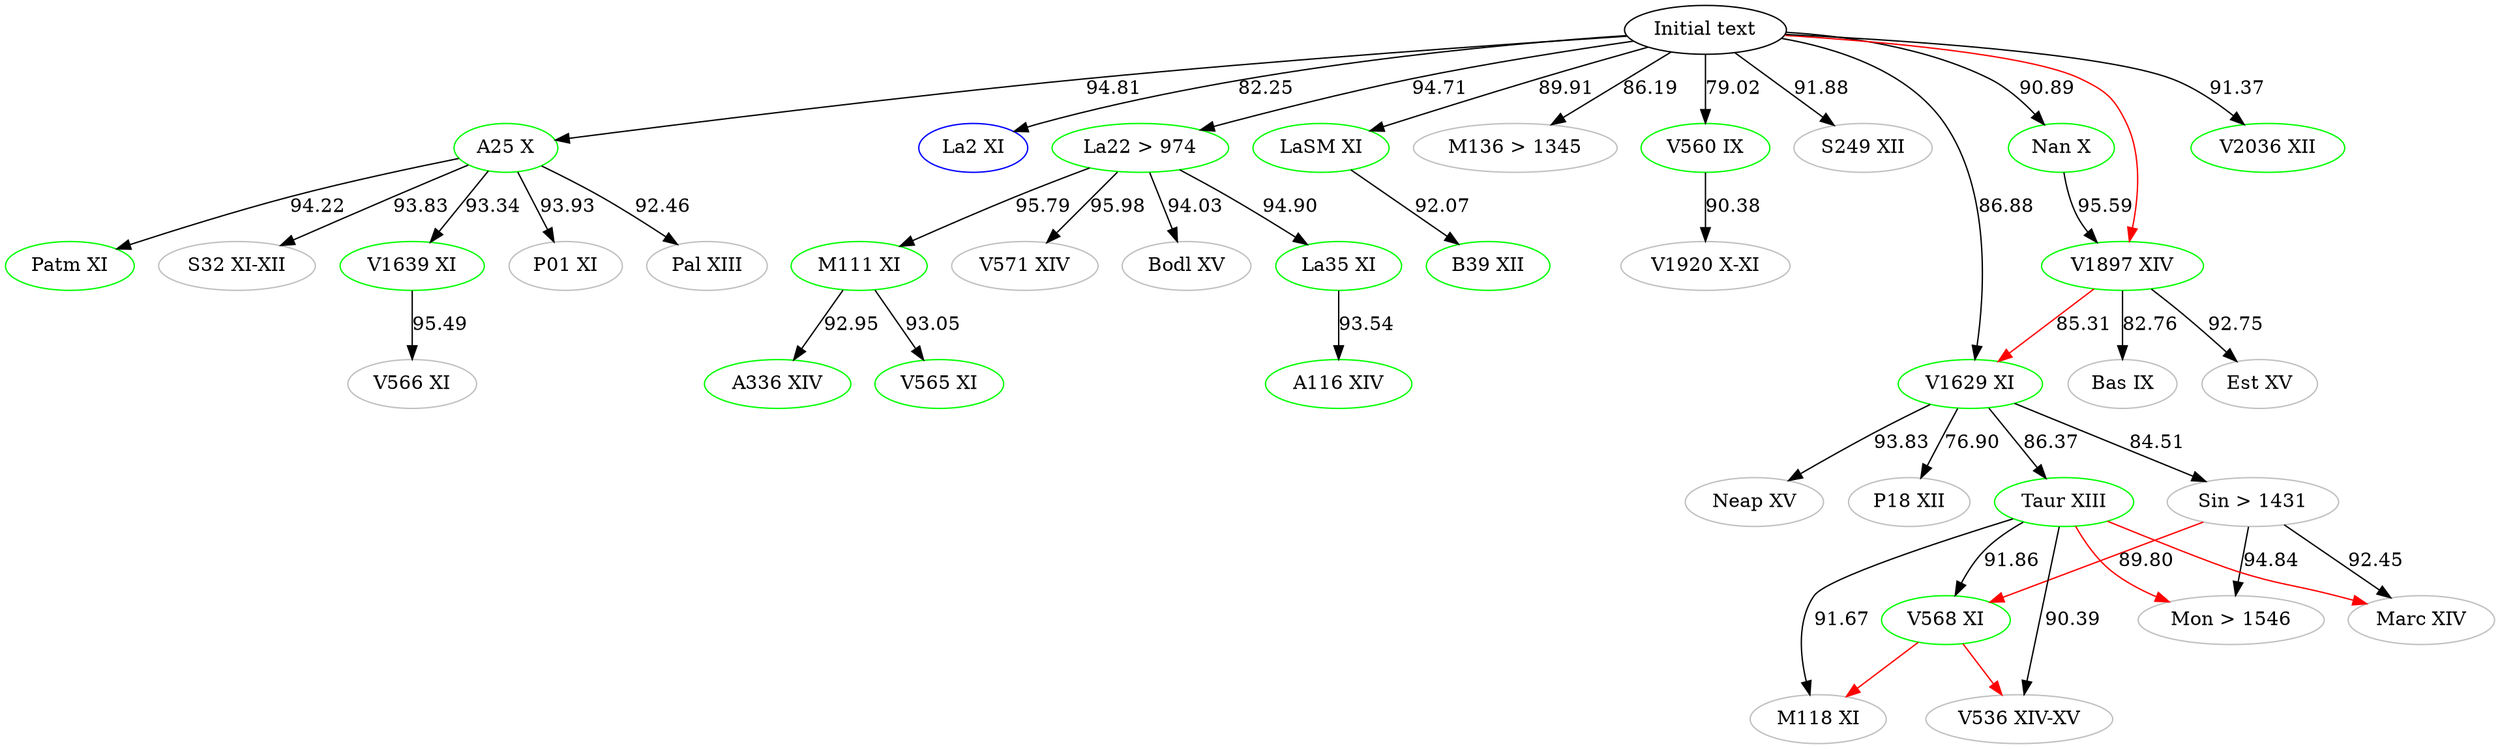
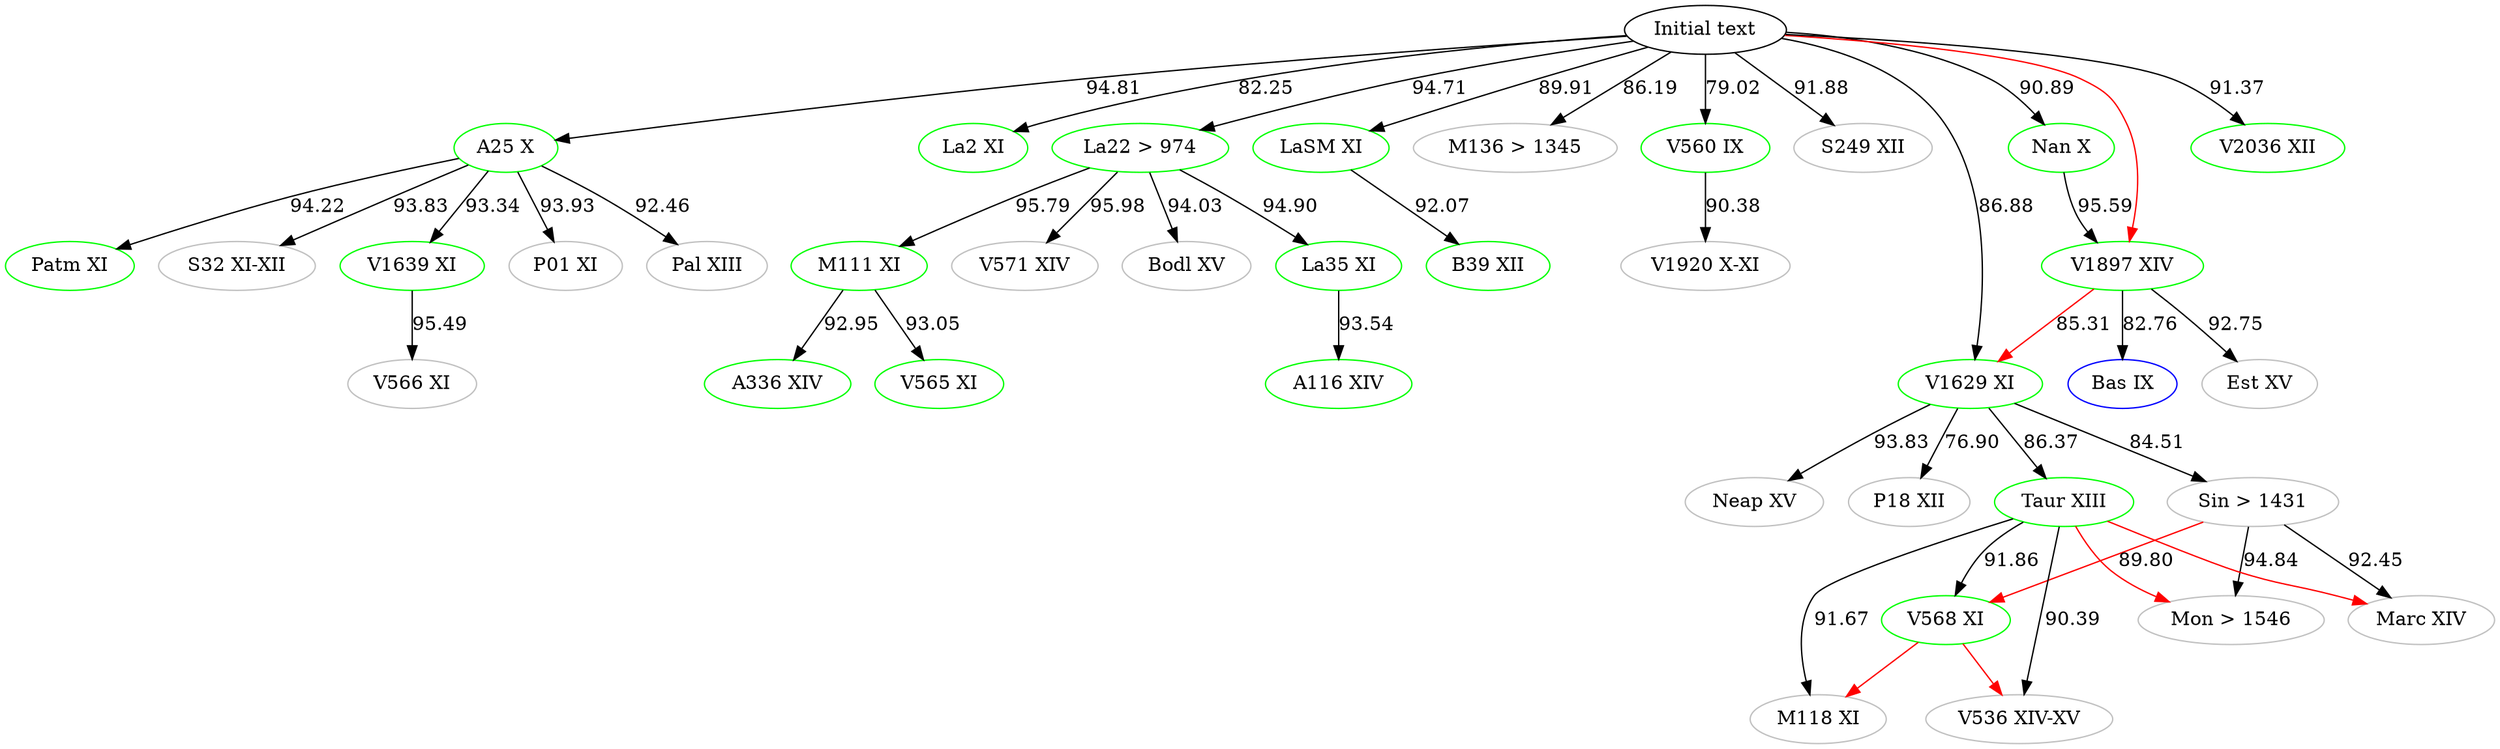
digraph {

    #Top [color="black", label="ω"]
    aBase [color="black", label="Initial text"]
    # Top [color="black", label="Initial text"]
	A116 [label="A116 XIV", color="green"]
	A25 [label="A25 X", color="green"]
	A336 [label="A336 XIV", color="green"]
	B39 [label="B39 XII", color="green"]
- 	Bas [label="Bas IX", color="grey"]
+ 	Bas [label="Bas IX", color="blue"]
	Bodl [label="Bodl XV", color="grey"]
	Est [label="Est XV", color="grey"]
- 	La2 [label="La2 XI", color="blue"]
+ 	La2 [label="La2 XI", color="green"]
	La22 [label="La22 > 974", color="green"]
	La35 [label="La35 XI", color="green"]
	LaSM [label="LaSM XI", color="green"]
	M111 [label="M111 XI", color="green"]
    M118 [label="M118 XI", color="grey"]
    M136 [label="M136 > 1345", color="grey"]
    Marc [label="Marc XIV", color="grey"]
    Mon [label="Mon > 1546", color="grey"]
	Nan [label="Nan X", color="green"]
    Neap [label="Neap XV", color="grey"]
    P01 [label="P01 XI", color="grey"]
    P18 [label="P18 XII", color="grey"]
	Pal [label="Pal XIII", color="grey"]
	Patm [label="Patm XI", color="green"]
    Sin [label="Sin > 1431", color="grey"]
	S32 [label="S32 XI-XII", color="grey"]
    S249 [label="S249 XII", color="grey"]
    Taur [label="Taur XIII", color="green"]
    V536 [label="V536 XIV-XV", color="grey"]
	V560 [label="V560 IX", color="green"]
	V565 [label="V565 XI", color="green"]
	V566 [label="V566 XI", color="grey"]
	V568 [label="V568 XI", color="green"]
	V571 [label="V571 XIV", color="grey"]
    V1629 [label="V1629 XI", color="green"]
	V1639 [label="V1639 XI", color="green"]
	V1897 [label="V1897 XIV", color="green"]
	V1920 [label="V1920 X-XI", color="grey"]
    V2036 [label="V2036 XII", color="green"]




    #Top -> aBase
    aBase -> A25 [label="94.81"]
    aBase -> M136 [label="86.19"]
    aBase -> V2036 [label="91.37"]
    # V2036 -> Patm [label="91.14", color="blue"]
    aBase -> V1629 [label="86.88"]
    aBase -> V560[label="79.02"]
    aBase -> La2 [label="82.25"]
    aBase -> S249 [label="91.88"]
    aBase -> LaSM [label="89.91"]
	aBase -> La22 [label="94.71"]
    aBase -> Nan [label="90.89"]

	# A25 -> M136 [label="85.50"]
    # M136 -> A25 [label="85.50" color="blue"]
	A25 -> Pal [label="92.46"]
	A25 -> P01 [label="93.93"]
    A25 -> V1639 [label="93.34"]
    A25 -> S32 [label="93.83"]
    A25 -> Patm [label="94.22"]

    #A25 -> La2 [color="red"]
    #A25 -> V566[color="red"]
    #A25 -> LaSM[color="red"]
    #A25 -> La22[color="red"]
    #A25 -> M136[color="red"]
    #A25 -> Nan[color="red"]
    #A25 -> S249[color="red"]
    #A25 -> V2036[color="red"]

    #aBase -> P01 [color="red"]
    #aBase -> Pal [color="red"]
    #aBase -> Patm [color="red"]
    #aBase -> La35[color="red"]
    #aBase -> B39[color="red"]
    #aBase -> V1920[color="red"]
    aBase -> V1897[color="red"]
    #aBase -> Neap[color="red"]

    #Bodl -> V1639[color="red"]
    #Patm -> S32[color="red"]
    #Patm -> V560[color="red"]

    #La22 -> A116[color="red"]
    #La22 -> V565[color="red"]
    #La22 -> A336[color="red"]

    Taur -> Mon[color="red"]
    Taur -> Marc[color="red"]

    Sin -> V568[label="89.80" color="red"]

    V568 -> V536[color="red"]
    V568 -> M118[color="red"]

    #V571 -> Bodl[color="red"]
    #M111 -> V571[color="red"]
    #La35 -> M111[color="red"]
    V1897 -> V1629[label="85.31" color="red"]
    #Nan -> Bas[color="red"]
    #Nan -> Est[color="red"]
    #Neap -> Taur[color="red"]
    #Neap -> Sin[color="red"]
   #Neap -> P18[color="red"]




	V1639 -> V566 [label="95.49"]

	La22 -> La35 [label= "94.90"]
	La22 -> M111 [label="95.79"]
	La22 -> Bodl [label="94.03"]
    La22 -> V571 [label="95.98"]

	La35 -> A116 [label="93.54"]

	M111 -> V565 [label="93.05"]
	M111 -> A336 [label="92.95"]



	Sin -> Marc [label="92.45"]

	V1629 -> Neap [label="93.83"]
	V1629 -> Sin [label="84.51"]
	V1629 -> Taur [label="86.37"]
    V1629 -> P18 [label="76.90"]

	Taur -> V568 [label="91.86"]
	Taur -> M118 [label="91.67"]
	Taur -> V536 [label="90.39"]
    # Taur -> Marc [color="blue" label="91.96"]
    # Marc -> Mon [color="blue" label="94.12"]
	Sin -> Mon [label="94.84"]

	V560 -> V1920 [label="90.38"]

	V1897 -> Est [label="92.75"]
    V1897 -> Bas [label="82.76"]

    Nan -> V1897 [label="95.59"]



    LaSM -> B39 [label="92.07"]



}

